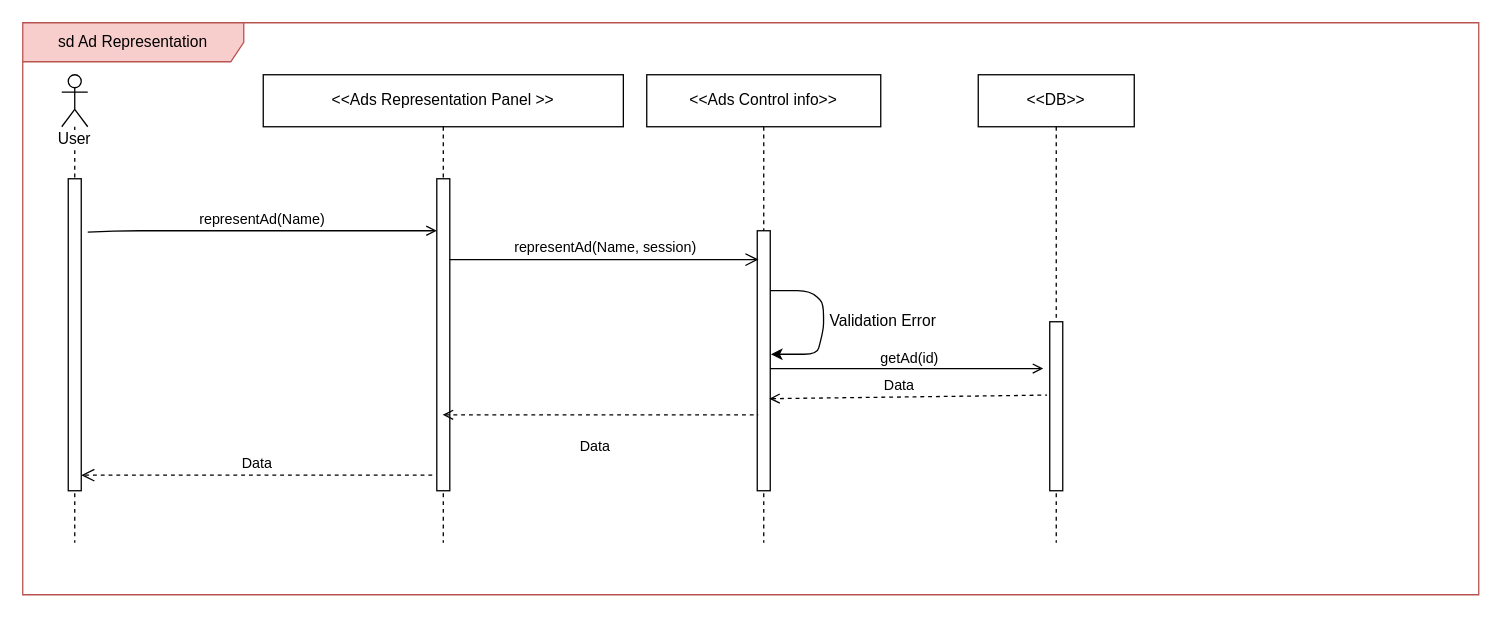
MelvinMo/CarBaMa_Automotive-Sale-Application keeps this draw.io diagram as page "Representation-SD" (5 of 22) of SequenceDiagram/Middleware_CarBaMaSequenceDiagram.drawio. Above is the earlier version. Source tidied: cells renumbered, new cells numbered last; positions are measured from the earlier drawing's top-left corner, leaving out a move shared by most shapes. Both pictures are drawn from the tidied source at 130%, with x=0, y=0 at pixel (22, 22).
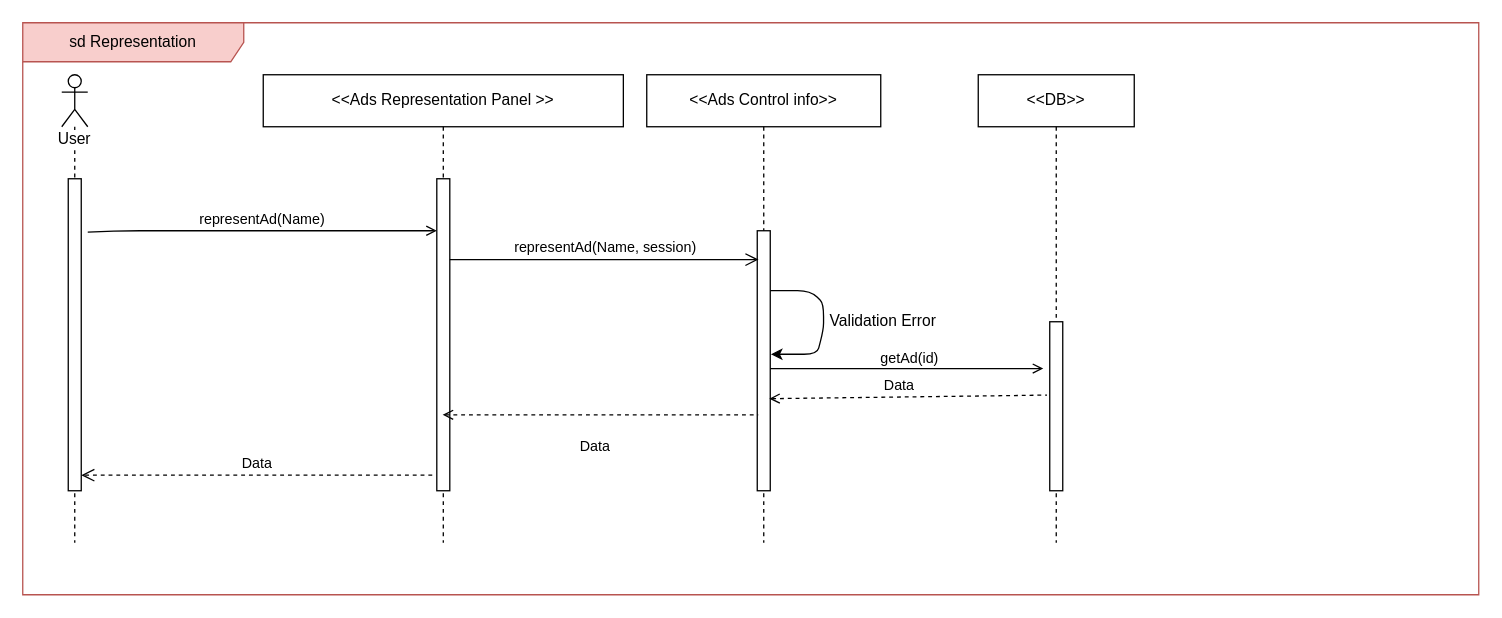
The same diagram, later.

Change to the diagram source:
```diff
@@
-    <mxCell id="2" value="sd Ad Representation" style="shape=umlFrame;whiteSpace=wrap;html=1;width=170;height=30;fillColor=#f8cecc;strokeColor=#b85450;" parent="1" vertex="1">
+    <mxCell id="2" value="sd Representation" style="shape=umlFrame;whiteSpace=wrap;html=1;width=170;height=30;fillColor=#f8cecc;strokeColor=#b85450;" parent="1" vertex="1">
       <mxGeometry width="1120" height="440" as="geometry" />
     </mxCell>
```
